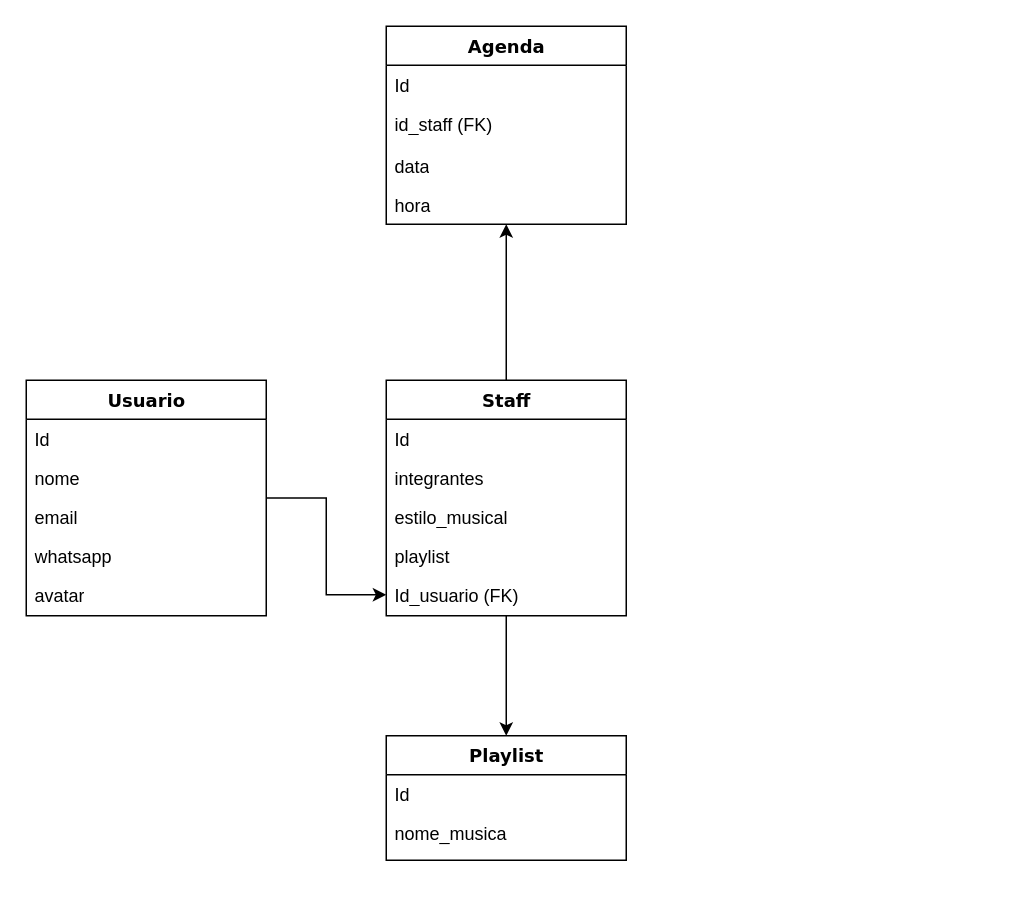
Before: ModelagemBanco.drawio in rafaelmvale/ServerGigMusic, a draw.io diagram. Source tidied: cells renumbered, new cells numbered last; positions are measured from the earlier drawing's top-left corner, leaving out a move shared by most shapes. Both pictures are drawn from the tidied source at 150%, with x=0, y=0 at pixel (26, 26).
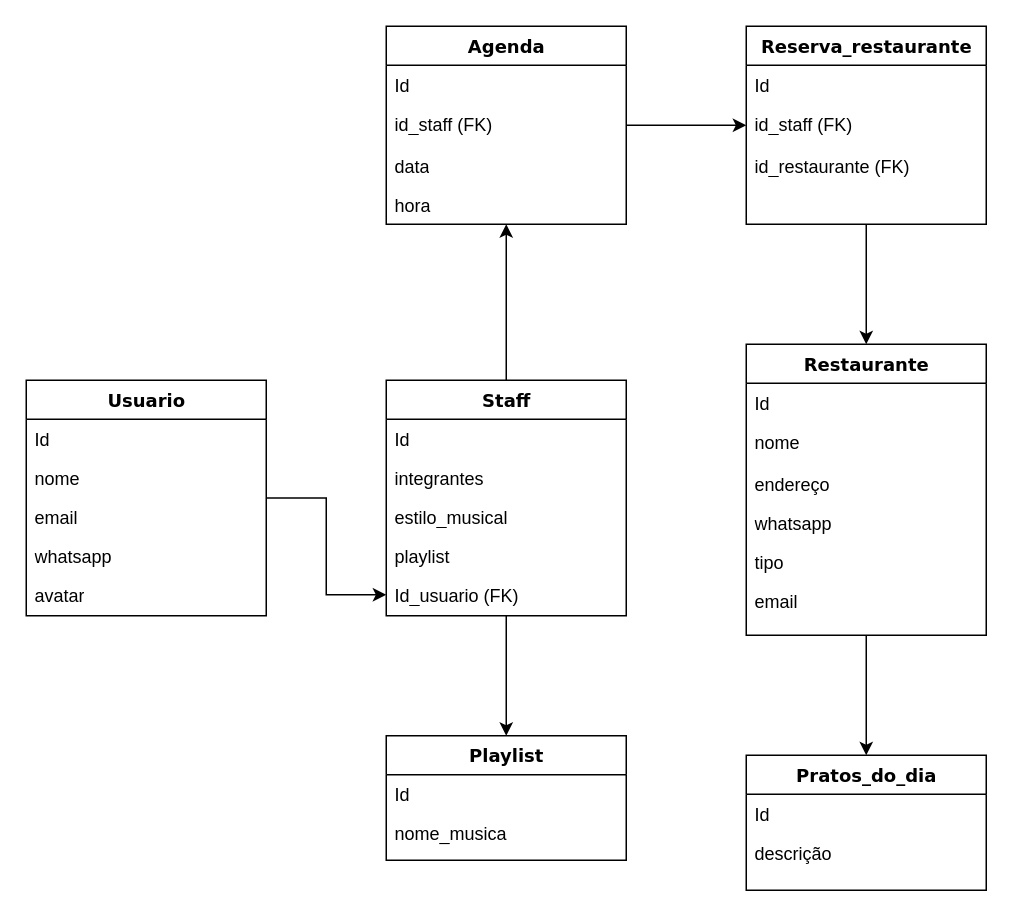
After the change.

The change refers to these unchanged cells:
```xml
<mxCell id="20" value="Agenda&lt;br&gt;" style="swimlane;html=1;fontStyle=1;align=center;verticalAlign=top;horizontal=1;startSize=26;swimlaneFillColor=#ffffff;rounded=0;shadow=0;comic=0;labelBackgroundColor=none;strokeWidth=1;fillColor=none;fontFamily=Verdana;fontSize=12;" parent="1" vertex="1">
  <mxGeometry x="240" width="160" height="132" as="geometry" />
</mxCell>
```

What changed in the source:
```diff
@@
+    <mxCell id="25" style="edgeStyle=orthogonalEdgeStyle;rounded=0;jettySize=auto;html=1;" parent="1" edge="1" source="20" target="27">
+      <mxGeometry relative="1" as="geometry" />
+    </mxCell>
@@
+    <mxCell id="26" style="edgeStyle=orthogonalEdgeStyle;rounded=0;jettySize=auto;html=1;" parent="1" edge="1" source="27" target="32">
+      <mxGeometry relative="1" as="geometry" />
+    </mxCell>
+    <mxCell id="27" value="Reserva_restaurante" style="swimlane;html=1;fontStyle=1;align=center;verticalAlign=top;horizontal=1;startSize=26;swimlaneFillColor=#ffffff;rounded=0;shadow=0;comic=0;labelBackgroundColor=none;strokeWidth=1;fillColor=none;fontFamily=Verdana;fontSize=12;" parent="1" vertex="1">
+      <mxGeometry x="480" width="160" height="132" as="geometry" />
+    </mxCell>
+    <mxCell id="28" value="Id" style="text;html=1;strokeColor=none;fillColor=none;align=left;verticalAlign=top;spacingLeft=4;spacingRight=4;whiteSpace=wrap;overflow=hidden;" parent="27" vertex="1">
+      <mxGeometry y="26" width="160" height="26" as="geometry" />
+    </mxCell>
+    <mxCell id="29" value="id_staff (FK)&lt;br&gt;" style="text;html=1;strokeColor=none;fillColor=none;align=left;verticalAlign=top;spacingLeft=4;spacingRight=4;whiteSpace=wrap;overflow=hidden;" parent="27" vertex="1">
+      <mxGeometry y="52" width="160" height="28" as="geometry" />
+    </mxCell>
+    <mxCell id="30" value="id_restaurante (FK)" style="text;html=1;strokeColor=none;fillColor=none;align=left;verticalAlign=top;spacingLeft=4;spacingRight=4;whiteSpace=wrap;overflow=hidden;" parent="27" vertex="1">
+      <mxGeometry y="80" width="160" height="26" as="geometry" />
+    </mxCell>
+    <mxCell id="31" style="edgeStyle=orthogonalEdgeStyle;rounded=0;jettySize=auto;html=1;" parent="1" edge="1" source="32" target="39">
+      <mxGeometry relative="1" as="geometry" />
+    </mxCell>
+    <mxCell id="32" value="Restaurante" style="swimlane;html=1;fontStyle=1;align=center;verticalAlign=top;horizontal=1;startSize=26;swimlaneFillColor=#ffffff;rounded=0;shadow=0;comic=0;labelBackgroundColor=none;strokeWidth=1;fillColor=none;fontFamily=Verdana;fontSize=12;" parent="1" vertex="1">
+      <mxGeometry x="480" y="212" width="160" height="194" as="geometry" />
+    </mxCell>
+    <mxCell id="33" value="Id" style="text;html=1;strokeColor=none;fillColor=none;align=left;verticalAlign=top;spacingLeft=4;spacingRight=4;whiteSpace=wrap;overflow=hidden;" parent="32" vertex="1">
+      <mxGeometry y="26" width="160" height="26" as="geometry" />
+    </mxCell>
+    <mxCell id="34" value="nome" style="text;html=1;strokeColor=none;fillColor=none;align=left;verticalAlign=top;spacingLeft=4;spacingRight=4;whiteSpace=wrap;overflow=hidden;" parent="32" vertex="1">
+      <mxGeometry y="52" width="160" height="28" as="geometry" />
+    </mxCell>
+    <mxCell id="35" value="endereço" style="text;html=1;strokeColor=none;fillColor=none;align=left;verticalAlign=top;spacingLeft=4;spacingRight=4;whiteSpace=wrap;overflow=hidden;" parent="32" vertex="1">
+      <mxGeometry y="80" width="160" height="26" as="geometry" />
+    </mxCell>
+    <mxCell id="36" value="whatsapp" style="text;html=1;strokeColor=none;fillColor=none;align=left;verticalAlign=top;spacingLeft=4;spacingRight=4;whiteSpace=wrap;overflow=hidden;" parent="32" vertex="1">
+      <mxGeometry y="106" width="160" height="26" as="geometry" />
+    </mxCell>
+    <mxCell id="37" value="tipo" style="text;html=1;strokeColor=none;fillColor=none;align=left;verticalAlign=top;spacingLeft=4;spacingRight=4;whiteSpace=wrap;overflow=hidden;" parent="32" vertex="1">
+      <mxGeometry y="132" width="160" height="26" as="geometry" />
+    </mxCell>
+    <mxCell id="38" value="email" style="text;html=1;strokeColor=none;fillColor=none;align=left;verticalAlign=top;spacingLeft=4;spacingRight=4;whiteSpace=wrap;overflow=hidden;" parent="32" vertex="1">
+      <mxGeometry y="158" width="160" height="26" as="geometry" />
+    </mxCell>
+    <mxCell id="39" value="Pratos_do_dia" style="swimlane;html=1;fontStyle=1;align=center;verticalAlign=top;horizontal=1;startSize=26;swimlaneFillColor=#ffffff;rounded=0;shadow=0;comic=0;labelBackgroundColor=none;strokeWidth=1;fillColor=none;fontFamily=Verdana;fontSize=12;" parent="1" vertex="1">
+      <mxGeometry x="480" y="486" width="160" height="90" as="geometry" />
+    </mxCell>
+    <mxCell id="40" value="Id" style="text;html=1;strokeColor=none;fillColor=none;align=left;verticalAlign=top;spacingLeft=4;spacingRight=4;whiteSpace=wrap;overflow=hidden;" parent="39" vertex="1">
+      <mxGeometry y="26" width="160" height="26" as="geometry" />
+    </mxCell>
+    <mxCell id="41" value="descrição" style="text;html=1;strokeColor=none;fillColor=none;align=left;verticalAlign=top;spacingLeft=4;spacingRight=4;whiteSpace=wrap;overflow=hidden;" parent="39" vertex="1">
+      <mxGeometry y="52" width="160" height="28" as="geometry" />
+    </mxCell>
```
